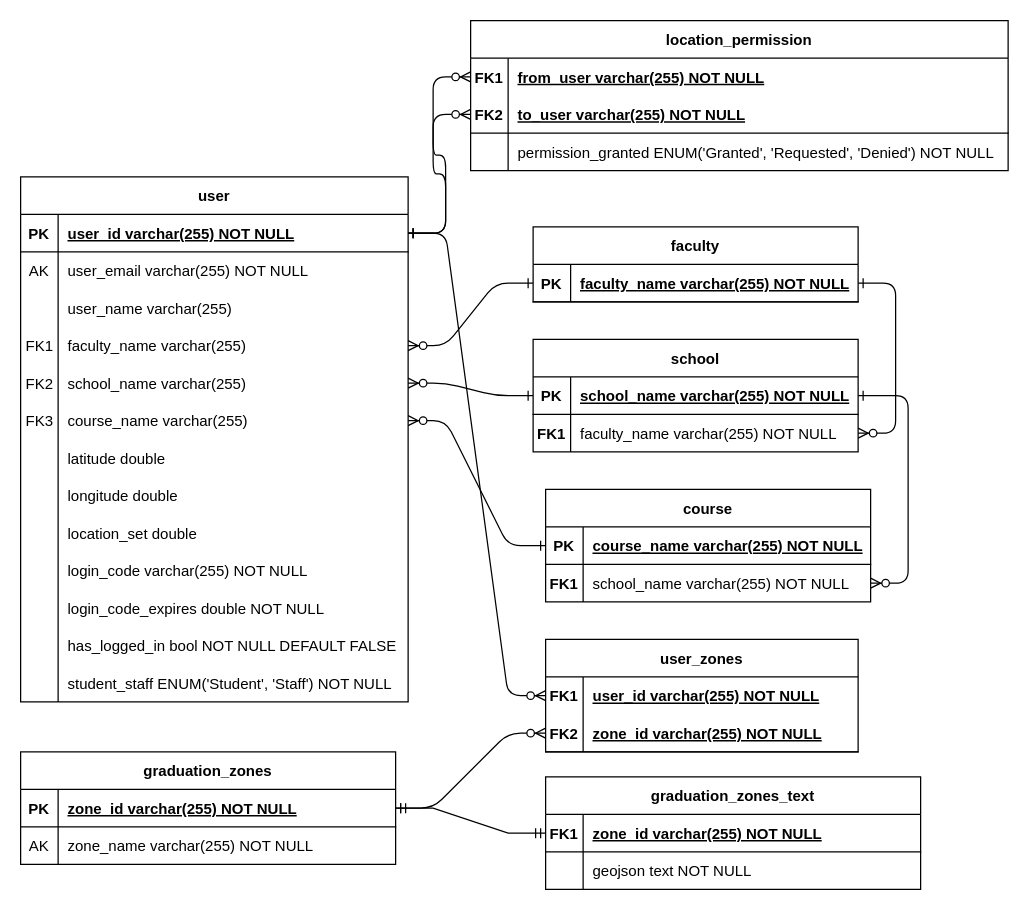
Earlier version of the draw.io diagram Graduation-Gathering/aws/RDS/ERD.drawio (AdamMurray22/Graduation-Gathering). Source tidied: cells renumbered, new cells numbered last; positions are measured from the earlier drawing's top-left corner, leaving out a move shared by most shapes. Both pictures are drawn from the tidied source at 125%, with x=0, y=0 at pixel (20, 20).
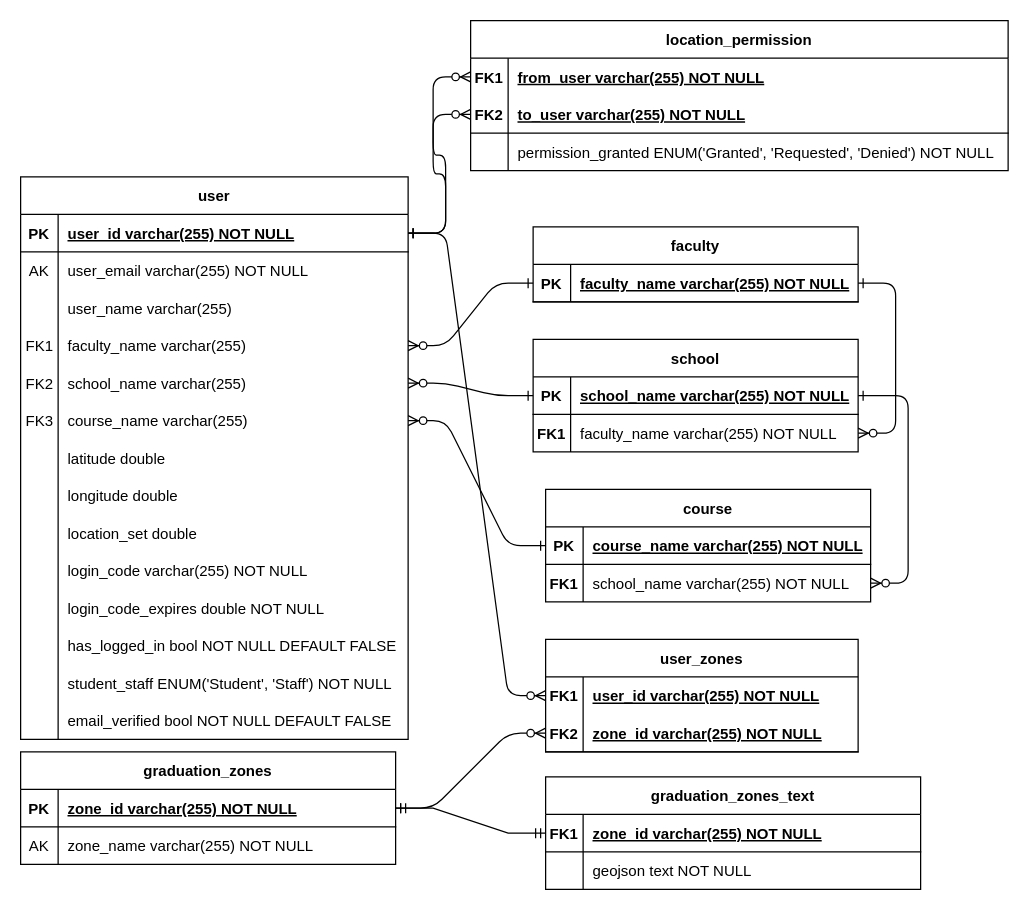
Above is the later version.

The change refers to these unchanged cells:
```xml
<mxCell id="25" style="group;" parent="1" vertex="1">
  <mxGeometry y="125" width="310" height="400" as="geometry" />
</mxCell>
```

What changed in the source:
```diff
@@
     <mxCell id="26" value="user" style="shape=table;startSize=30;childLayout=tableLayout;rowLines=0;fontStyle=1;align=center;" parent="25" vertex="1">
-      <mxGeometry width="310" height="420" as="geometry" />
+      <mxGeometry width="310" height="450" as="geometry" />
     </mxCell>
@@
+    <mxCell id="114" style="shape=partialRectangle;fillColor=none;top=0;left=0;right=0;bottom=0;" parent="26" vertex="1">
+      <mxGeometry y="420" width="310" height="30" as="geometry" />
+    </mxCell>
+    <mxCell id="115" style="shape=partialRectangle;overflow=hidden;fillColor=none;top=0;left=0;bottom=0;right=0;" parent="114" vertex="1">
+      <mxGeometry width="30" height="30" as="geometry" />
+    </mxCell>
+    <mxCell id="116" value="email_verified bool NOT NULL DEFAULT FALSE" style="shape=partialRectangle;overflow=hidden;fillColor=none;top=0;left=0;bottom=0;right=0;align=left;spacingLeft=6;" parent="114" vertex="1">
+      <mxGeometry x="30" width="280" height="30" as="geometry" />
+    </mxCell>
```
